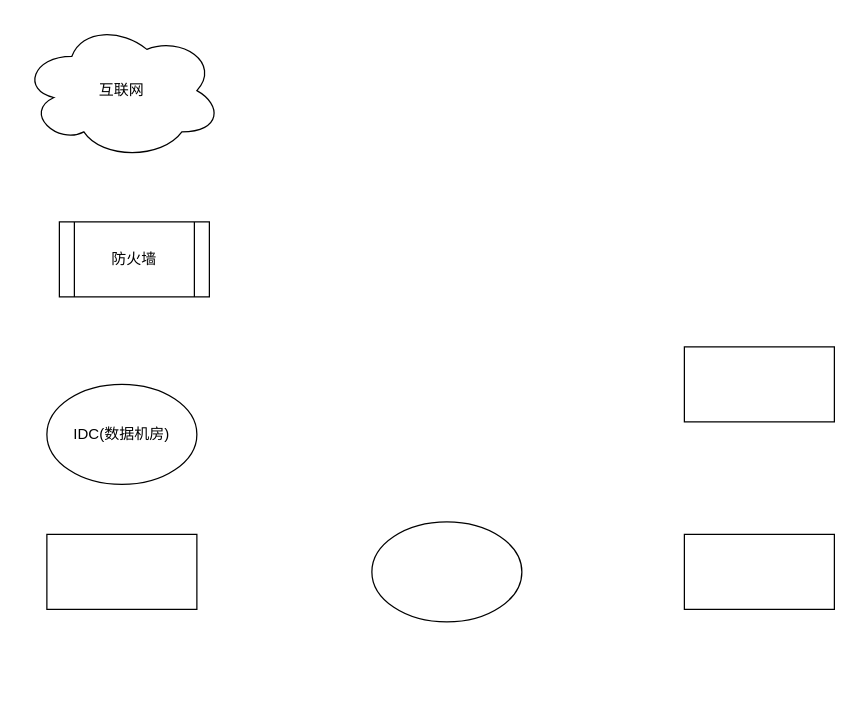
Above: 未命名绘图.drawio in chenjh3061/hello-world (draw.io), before the change. Source tidied: cells renumbered, new cells numbered last; positions are measured from the earlier drawing's top-left corner, leaving out a move shared by most shapes. Both pictures are drawn from the tidied source at 125%, with x=0, y=0 at pixel (21, 21).
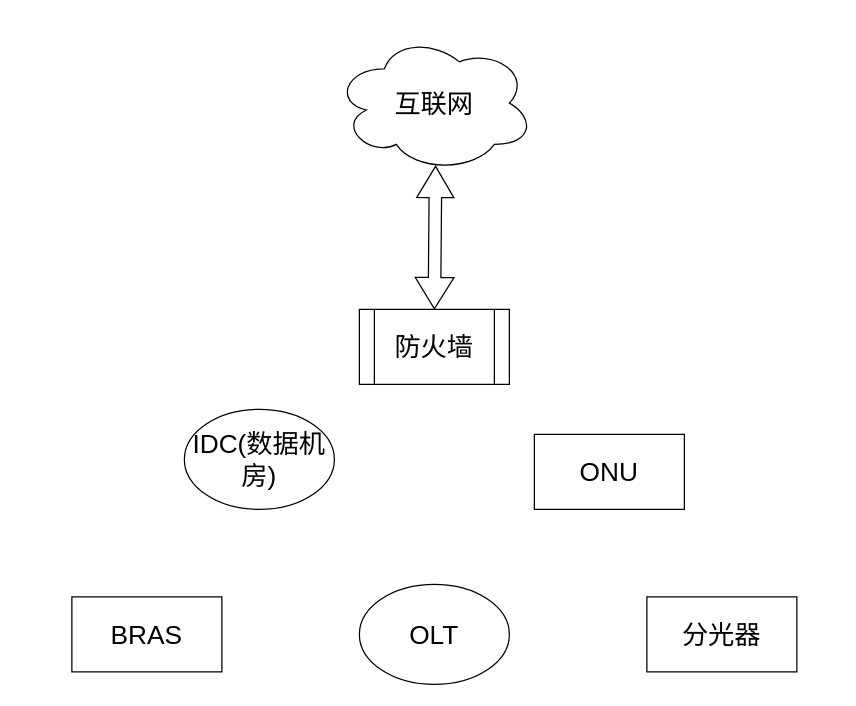
Above is the later version.

Commit message (it also covers changes not shown here):
更新未命名绘图.drawio

The edit, as a diff of the source:
```diff
@@
 <mxGraphModel>
   <root>
     <mxCell id="0" />
     <mxCell id="1" parent="0" />
-    <mxCell id="2" value="互联网" style="ellipse;shape=cloud;whiteSpace=wrap;html=1;" parent="1" vertex="1">
-      <mxGeometry width="160" height="110" as="geometry" />
+    <mxCell id="2" value="互联网" style="ellipse;shape=cloud;whiteSpace=wrap;html=1;fontSize=21;" parent="1" vertex="1">
+      <mxGeometry x="250" y="10" width="160" height="110" as="geometry" />
     </mxCell>
-    <mxCell id="3" value="防火墙" style="shape=process;whiteSpace=wrap;html=1;backgroundOutline=1;" parent="1" vertex="1">
-      <mxGeometry x="30" y="160" width="120" height="60" as="geometry" />
+    <mxCell id="3" value="防火墙" style="shape=process;whiteSpace=wrap;html=1;backgroundOutline=1;fontSize=21;" parent="1" vertex="1">
+      <mxGeometry x="270" y="230" width="120" height="60" as="geometry" />
     </mxCell>
-    <mxCell id="4" style="rounded=0;whiteSpace=wrap;html=1;" parent="1" vertex="1">
-      <mxGeometry x="20" y="410" width="120" height="60" as="geometry" />
+    <mxCell id="4" value="BRAS" style="rounded=0;whiteSpace=wrap;html=1;fontSize=21;" parent="1" vertex="1">
+      <mxGeometry x="40" y="460" width="120" height="60" as="geometry" />
     </mxCell>
-    <mxCell id="5" value="IDC(数据机房)" style="ellipse;whiteSpace=wrap;html=1;" parent="1" vertex="1">
-      <mxGeometry x="20" y="290" width="120" height="80" as="geometry" />
+    <mxCell id="5" value="IDC(数据机房)" style="ellipse;whiteSpace=wrap;html=1;fontSize=21;" parent="1" vertex="1">
+      <mxGeometry x="130" y="310" width="120" height="80" as="geometry" />
     </mxCell>
-    <mxCell id="6" style="ellipse;whiteSpace=wrap;html=1;" parent="1" vertex="1">
-      <mxGeometry x="280" y="400" width="120" height="80" as="geometry" />
+    <mxCell id="6" value="OLT" style="ellipse;whiteSpace=wrap;html=1;fontSize=21;" parent="1" vertex="1">
+      <mxGeometry x="270" y="450" width="120" height="80" as="geometry" />
     </mxCell>
-    <mxCell id="7" style="rounded=0;whiteSpace=wrap;html=1;" parent="1" vertex="1">
-      <mxGeometry x="530" y="410" width="120" height="60" as="geometry" />
+    <mxCell id="7" value="分光器" style="rounded=0;whiteSpace=wrap;html=1;fontSize=21;" parent="1" vertex="1">
+      <mxGeometry x="500" y="460" width="120" height="60" as="geometry" />
     </mxCell>
-    <mxCell id="8" style="rounded=0;whiteSpace=wrap;html=1;" parent="1" vertex="1">
-      <mxGeometry x="530" y="260" width="120" height="60" as="geometry" />
+    <mxCell id="8" value="ONU" style="rounded=0;whiteSpace=wrap;html=1;fontSize=21;" parent="1" vertex="1">
+      <mxGeometry x="410" y="330" width="120" height="60" as="geometry" />
     </mxCell>
+    <mxCell id="9" style="shape=flexArrow;endArrow=classic;startArrow=classic;html=1;rounded=0;fontSize=12;startSize=8;endSize=8;curved=1;entryX=0.506;entryY=0.955;entryDx=0;entryDy=0;entryPerimeter=0;exitX=0.5;exitY=0;exitDx=0;exitDy=0;endWidth=18.666666666666668;" parent="1" edge="1" source="3" target="2">
+      <mxGeometry relative="1" as="geometry" />
+    </mxCell>
   </root>
 </mxGraphModel>
```
